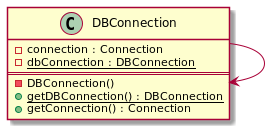
Above: src/main/java/com/rezahdrm/creational/singleton/sigletonUML.png in reza-hdrm/DesignPatterns (PlantUML), before the change.
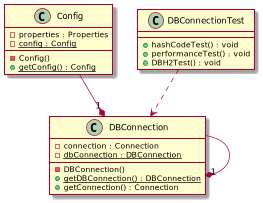
Later version of the same file.

What changed in the source:
```diff
@@ -1,12 +1,29 @@
 @startuml
-class DBConnection{
+class DBConnection {
    - connection : Connection
    - {static} dbConnection : DBConnection
-   ==
+
    - DBConnection()
    + {static} getDBConnection() : DBConnection
    + getConnection() : Connection
 }
 
-DBConnection -> DBConnection
+class Config {
+   - properties : Properties
+   - {static} config : Config
+
+   - Config()
+   + {static} getConfig() : Config
+}
+
+class DBConnectionTest {
+    + hashCodeTest() : void
+    + performanceTest() : void
+    + DBH2Test() : void
+}
+
+DBConnection --*"1" DBConnection
+Config --*"1" DBConnection
+DBConnectionTest ..> DBConnection
+
 @enduml
```
